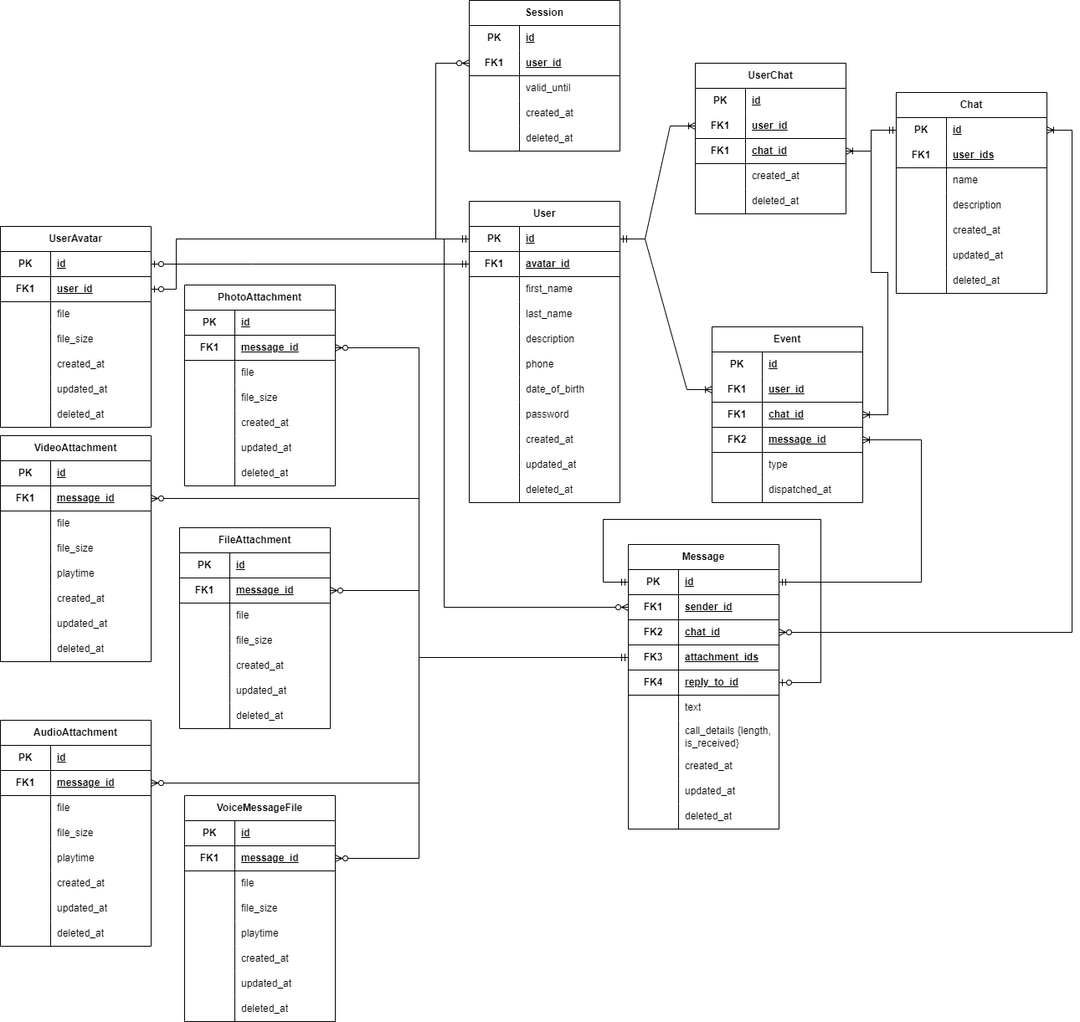
Petr09Mitin/technopark-highload-course-proj keeps this draw.io diagram as db_logical.drawio.png. Above is the earlier version. Source tidied: cells renumbered, new cells last; positions are measured from the earlier drawing's top-left corner, leaving out a move shared by most shapes.
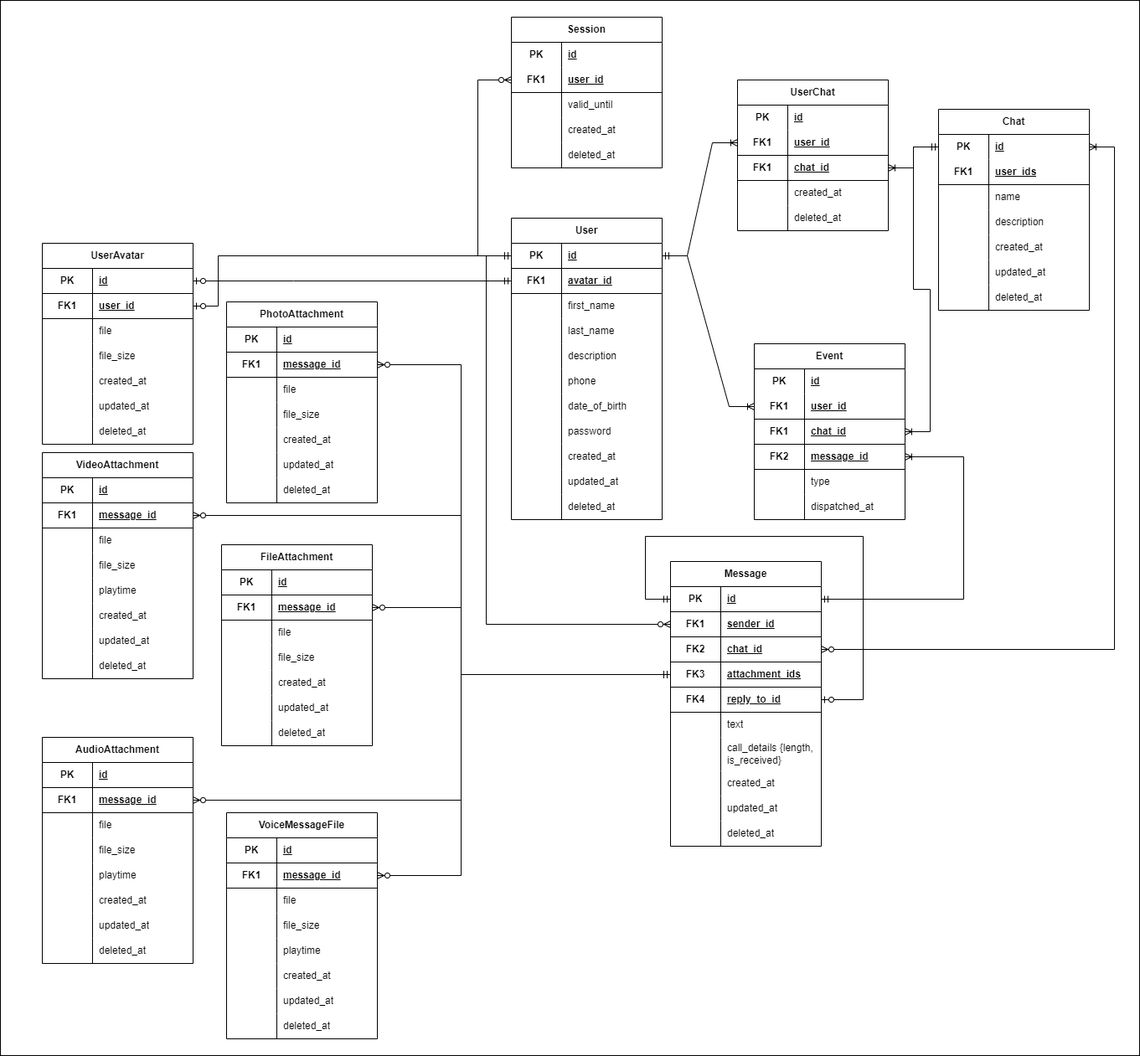
After the commit.

Commit message:
chore: add white bg to schemes

Change to the diagram source:
```diff
@@ -2,6 +2,9 @@
   <root>
     <mxCell id="0" />
     <mxCell id="1" parent="0" />
+    <mxCell id="297" style="rounded=0;whiteSpace=wrap;html=1;" parent="1" vertex="1">
+      <mxGeometry x="-50" y="-20" width="1360" height="1260" as="geometry" />
+    </mxCell>
     <mxCell id="2" value="User" style="shape=table;startSize=30;rowLines=0;fontStyle=1;align=center;html=1;whiteSpace=wrap;" parent="1" vertex="1">
       <mxGeometry x="560" y="240" width="180" height="360" as="geometry" />
     </mxCell>
```
